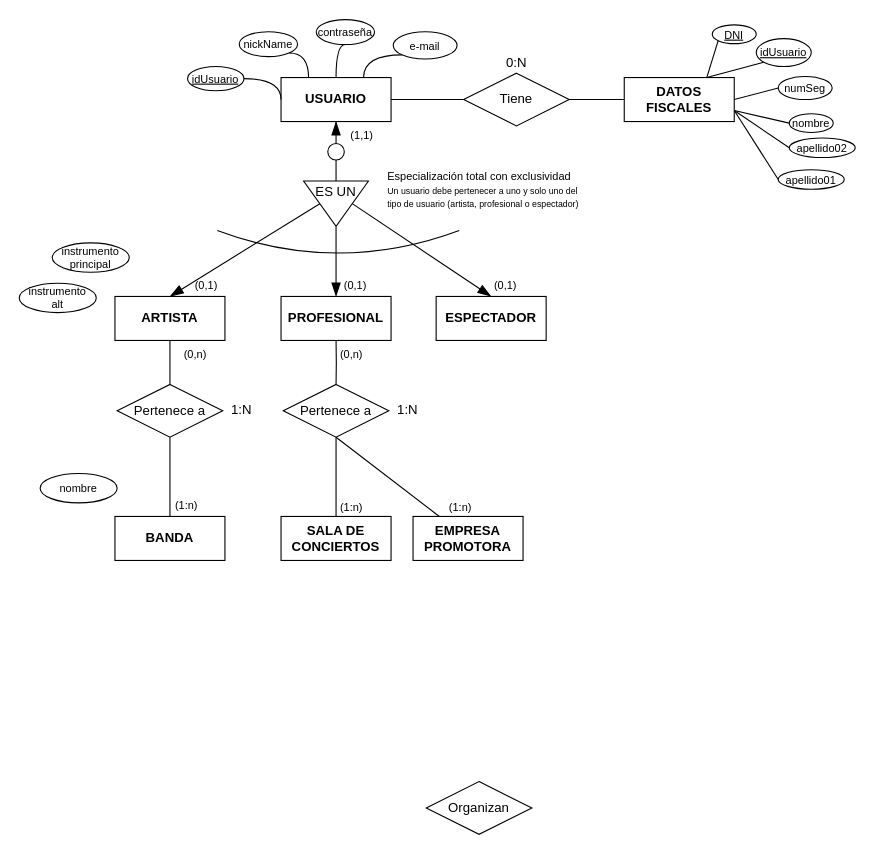
This is Diagrama sin título.drawio from victorvisus/pvm_binain, a draw.io file, before an edit. Source tidied: cells renumbered, new cells numbered last; positions are measured from the earlier drawing's top-left corner, leaving out a move shared by most shapes. Both pictures are drawn from the tidied source at 110%, with x=0, y=0 at pixel (19, 19).
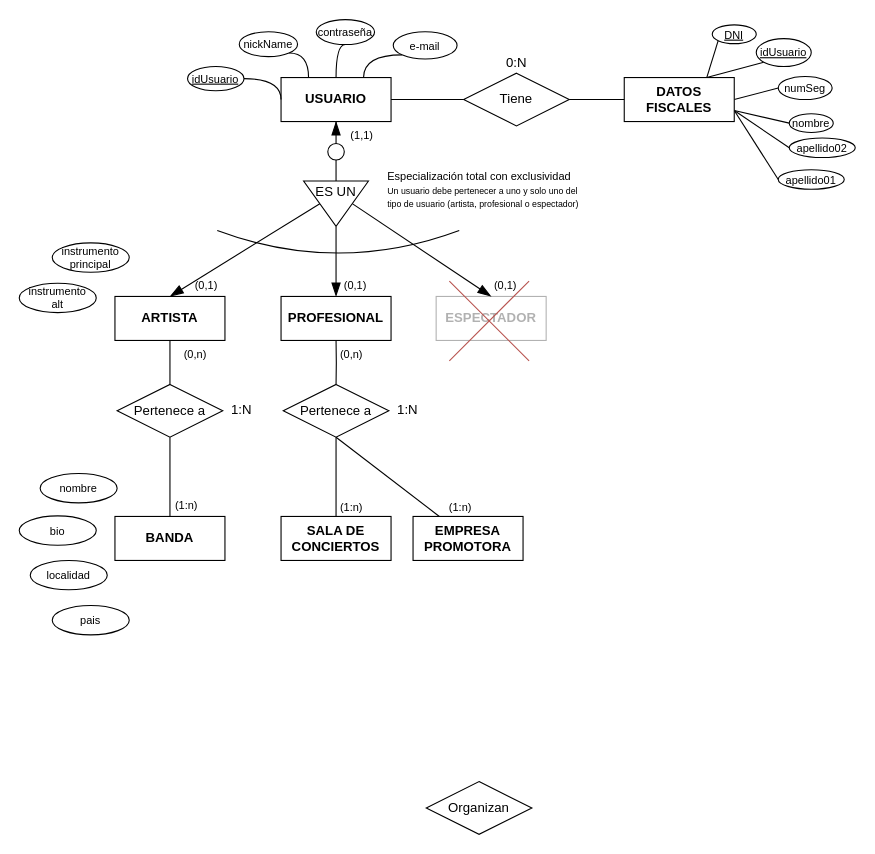
After the change.

Commit message:
mod diagrama E/R

The edit, as a diff of the source:
```diff
@@
-    <mxCell id="17" value="ESPECTADOR" style="whiteSpace=wrap;html=1;align=center;fontStyle=1;" parent="1" vertex="1">
+    <mxCell id="17" value="ESPECTADOR" style="whiteSpace=wrap;html=1;align=center;fontStyle=1;opacity=30;textOpacity=30;" parent="1" vertex="1">
       <mxGeometry x="379" y="252" width="100" height="40" as="geometry" />
     </mxCell>
@@
+    <mxCell id="69" value="bio" style="ellipse;whiteSpace=wrap;html=1;align=center;fontStyle=0;fontSize=10;" parent="1" vertex="1">
+      <mxGeometry y="451.5" width="70" height="26.7" as="geometry" />
+    </mxCell>
+    <mxCell id="70" value="localidad" style="ellipse;whiteSpace=wrap;html=1;align=center;fontStyle=0;fontSize=10;" parent="1" vertex="1">
+      <mxGeometry x="10" y="492" width="70" height="26.7" as="geometry" />
+    </mxCell>
+    <mxCell id="71" value="pais" style="ellipse;whiteSpace=wrap;html=1;align=center;fontStyle=0;fontSize=10;" parent="1" vertex="1">
+      <mxGeometry x="30" y="533" width="70" height="26.7" as="geometry" />
+    </mxCell>
+    <mxCell id="72" style="shape=umlDestroy;strokeColor=#b85450;fillColor=#FF0000;" parent="1" vertex="1">
+      <mxGeometry x="391" y="238" width="72.5" height="72.5" as="geometry" />
+    </mxCell>
```
